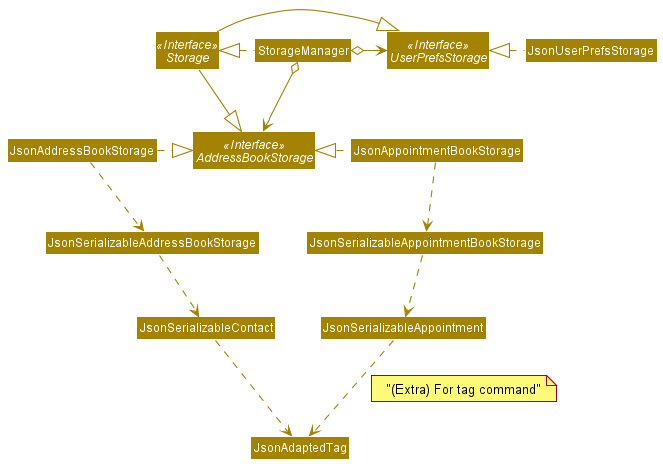
Before: docs/images/AppointmentWithStorageClassDiagram.png, a diagram exported from PlantUML (nus-cs2103-AY2021S2/tp).
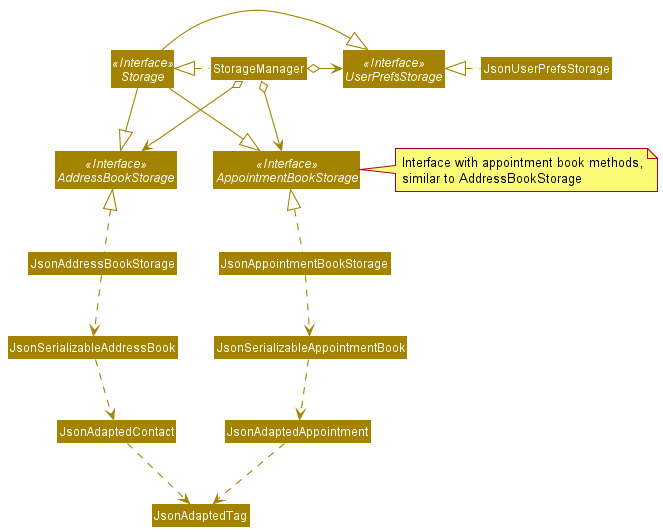
Above is the later version.

Commit message:
Merge appointment diagrams into AB3's diagrams

Diff of the diagram source:
```diff
@@ -7,6 +7,10 @@
 Interface Storage <<Interface>>
 Interface UserPrefsStorage <<Interface>>
 Interface AddressBookStorage <<Interface>>
+Interface AppointmentBookStorage <<Interface>>
+
+note "Interface with appointment book methods,\nsimilar to AddressBookStorage" as N1
+N1 .left. AppointmentBookStorage
 
 Class StorageManager
 Class JsonUserPrefsStorage
@@ -19,18 +23,20 @@
 
 Storage -|> UserPrefsStorage
 Storage -|> AddressBookStorage
+Storage -|> AppointmentBookStorage
+
+StorageManager o--> AppointmentBookStorage
+AddressBookStorage -right[hidden]-> AppointmentBookStorage
 
 JsonUserPrefsStorage .left.|> UserPrefsStorage
-JsonAppointmentBookStorage .left.|> AddressBookStorage
-JsonAddressBookStorage .right.|> AddressBookStorage
-JsonAppointmentBookStorage .down.> JsonSerializableAppointmentBookStorage
-JsonAddressBookStorage .down.> JsonSerializableAddressBookStorage
-JsonSerializableAppointmentBookStorage .down.> JsonSerializableAppointment
-JsonSerializableAddressBookStorage .down.> JsonSerializableContact
-JsonSerializableAppointment .down.> JsonAdaptedTag
-note on link
-    "(Extra) For tag command"
-end note
-JsonSerializableContact .down.> JsonAdaptedTag
+JsonAddressBookStorage .up.|> AddressBookStorage
+JsonAppointmentBookStorage .up.|> AppointmentBookStorage
+JsonAppointmentBookStorage .down.> JsonSerializableAppointmentBook
+JsonAddressBookStorage .down.> JsonSerializableAddressBook
+JsonSerializableAppointmentBook .down.> JsonAdaptedAppointment
+JsonSerializableAddressBook .down.> JsonAdaptedContact
+JsonAdaptedAppointment .down.> JsonAdaptedTag
+
+JsonAdaptedContact .down.> JsonAdaptedTag
 
 @enduml
```
